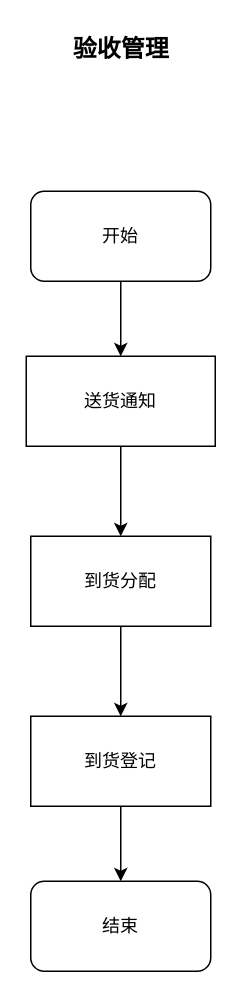
The draw.io diagram page "验收管理" (1 of 2) of COOEC/WMS/WMS-验收管理.drawio in GodTaoz/drawio, before the edit. Source tidied: cells renumbered, new cells numbered last; positions are measured from the earlier drawing's top-left corner, leaving out a move shared by most shapes. Both pictures are drawn from the tidied source at 150%, with x=0, y=0 at pixel (26, 26).
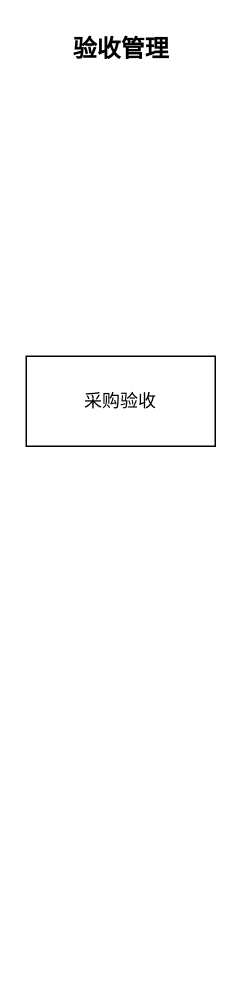
The same diagram, later.

What changed in the source:
```diff
@@
 <mxGraphModel>
   <root>
     <mxCell id="0" />
     <mxCell id="1" parent="0" />
-    <mxCell id="2" style="edgeStyle=orthogonalEdgeStyle;rounded=0;jettySize=auto;html=1;exitX=0.5;exitY=1;exitDx=0;exitDy=0;entryX=0.5;entryY=0;entryDx=0;entryDy=0;" parent="1" edge="1" source="3" target="8">
-      <mxGeometry relative="1" as="geometry" />
-    </mxCell>
-    <mxCell id="3" value="送货通知" style="rounded=0;whiteSpace=wrap;html=1;" parent="1" vertex="1">
+    <mxCell id="3" value="采购验收" style="rounded=0;whiteSpace=wrap;html=1;" parent="1" vertex="1">
       <mxGeometry y="220" width="126" height="60" as="geometry" />
     </mxCell>
     <mxCell id="4" value="&lt;font style=&quot;font-size: 16px;&quot;&gt;&lt;b&gt;验收管理&lt;/b&gt;&lt;/font&gt;" style="text;html=1;align=center;verticalAlign=middle;strokeColor=none;fillColor=none;" parent="1" vertex="1">
       <mxGeometry x="18" width="90" height="30" as="geometry" />
     </mxCell>
-    <mxCell id="5" style="edgeStyle=orthogonalEdgeStyle;rounded=0;jettySize=auto;html=1;exitX=0.5;exitY=1;exitDx=0;exitDy=0;entryX=0.5;entryY=0;entryDx=0;entryDy=0;" parent="1" edge="1" source="6" target="11">
-      <mxGeometry relative="1" as="geometry" />
-    </mxCell>
-    <mxCell id="6" value="到货登记" style="rounded=0;whiteSpace=wrap;html=1;" parent="1" vertex="1">
-      <mxGeometry x="3" y="460" width="120" height="60" as="geometry" />
-    </mxCell>
-    <mxCell id="7" style="edgeStyle=orthogonalEdgeStyle;rounded=0;jettySize=auto;html=1;exitX=0.5;exitY=1;exitDx=0;exitDy=0;entryX=0.5;entryY=0;entryDx=0;entryDy=0;" parent="1" edge="1" source="8" target="6">
-      <mxGeometry relative="1" as="geometry" />
-    </mxCell>
-    <mxCell id="8" value="到货分配" style="rounded=0;whiteSpace=wrap;html=1;" parent="1" vertex="1">
-      <mxGeometry x="3" y="340" width="120" height="60" as="geometry" />
-    </mxCell>
-    <mxCell id="9" style="edgeStyle=orthogonalEdgeStyle;rounded=0;jettySize=auto;html=1;exitX=0.5;exitY=1;exitDx=0;exitDy=0;entryX=0.5;entryY=0;entryDx=0;entryDy=0;" parent="1" edge="1" source="10" target="3">
-      <mxGeometry relative="1" as="geometry" />
-    </mxCell>
-    <mxCell id="10" value="开始" style="rounded=1;whiteSpace=wrap;html=1;" parent="1" vertex="1">
-      <mxGeometry x="3" y="110" width="120" height="60" as="geometry" />
-    </mxCell>
-    <mxCell id="11" value="结束" style="rounded=1;whiteSpace=wrap;html=1;" parent="1" vertex="1">
-      <mxGeometry x="3" y="570" width="120" height="60" as="geometry" />
-    </mxCell>
   </root>
 </mxGraphModel>
```
